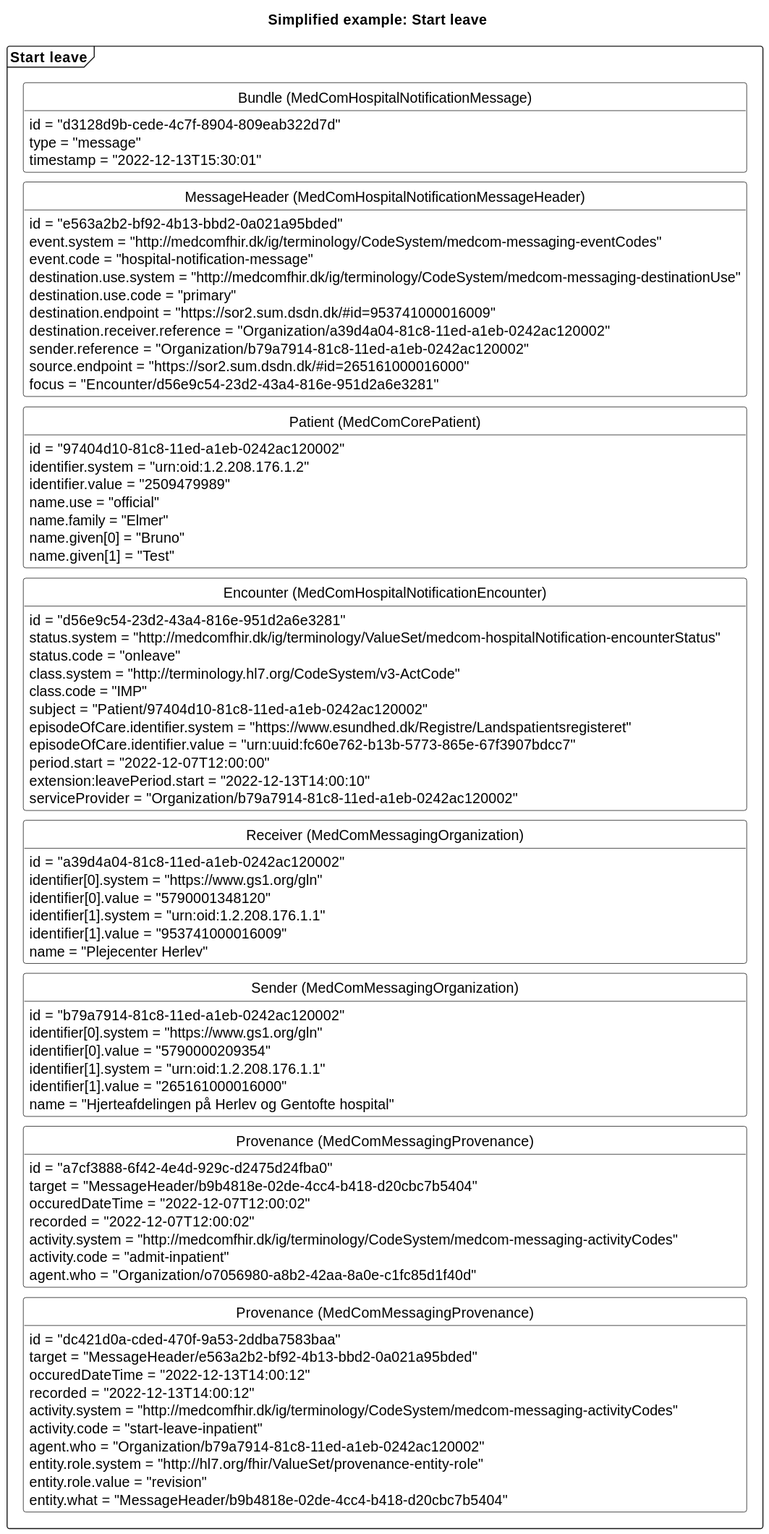
Before: input/images/hospitalnotification/HNstartOnleave.svg, a diagram exported from PlantUML (medcomdk/dk-medcom-hospitalnotification). Source of this version:
```plantuml
@startuml HNstartOnleave
skinparam class {
    BackgroundColor White
    BorderColor Black
    ArrowColor Black
  }
hide circle
hide empty members
skinparam SameClassWidth true
skinparam Ranksep 10


title Simplified example: Start leave


package "Start leave" as startOnleave <<Frame>> {
    class "Bundle (MedComHospitalNotificationMessage)" as startOnleaveB{
        id = "d3128d9b-cede-4c7f-8904-809eab322d7d"
        type = "message"
        timestamp = "2022-12-13T15:30:01"
    }
    class "MessageHeader (MedComHospitalNotificationMessageHeader)" as startOnleaveMH{
        id = "e563a2b2-bf92-4b13-bbd2-0a021a95bded"
        event.system = "http://medcomfhir.dk/ig/terminology/CodeSystem/medcom-messaging-eventCodes"
        event.code = "hospital-notification-message"
        destination.use.system = "http://medcomfhir.dk/ig/terminology/CodeSystem/medcom-messaging-destinationUse"
        destination.use.code = "primary"
        destination.endpoint = "https://sor2.sum.dsdn.dk/#id=953741000016009"
        destination.receiver.reference = "Organization/a39d4a04-81c8-11ed-a1eb-0242ac120002"
        sender.reference = "Organization/b79a7914-81c8-11ed-a1eb-0242ac120002"
        source.endpoint = "https://sor2.sum.dsdn.dk/#id=265161000016000"
        focus = "Encounter/d56e9c54-23d2-43a4-816e-951d2a6e3281"
    }
    class "Patient (MedComCorePatient)" as startOnleavePT{
        id = "97404d10-81c8-11ed-a1eb-0242ac120002"
        identifier.system = "urn:oid:1.2.208.176.1.2"
        identifier.value = "2509479989"
        name.use = "official"
        name.family = "Elmer"
        name.given[0] = "Bruno"
        name.given[1] = "Test"
    }
    class "Encounter (MedComHospitalNotificationEncounter)" as startOnleaveENC{
        id = "d56e9c54-23d2-43a4-816e-951d2a6e3281"
        status.system = "http://medcomfhir.dk/ig/terminology/ValueSet/medcom-hospitalNotification-encounterStatus"
        status.code = "onleave"
        class.system = "http://terminology.hl7.org/CodeSystem/v3-ActCode"
        class.code = "IMP"
        subject = "Patient/97404d10-81c8-11ed-a1eb-0242ac120002"
        episodeOfCare.identifier.system = "https://www.esundhed.dk/Registre/Landspatientsregisteret"
        episodeOfCare.identifier.value = "urn:uuid:fc60e762-b13b-5773-865e-67f3907bdcc7"
        period.start = "2022-12-07T12:00:00"
        extension:leavePeriod.start = "2022-12-13T14:00:10"
        serviceProvider = "Organization/b79a7914-81c8-11ed-a1eb-0242ac120002"
    }
    class "Receiver (MedComMessagingOrganization)" as startOnleaveROrg{
        id = "a39d4a04-81c8-11ed-a1eb-0242ac120002"
        identifier[0].system = "https://www.gs1.org/gln"
        identifier[0].value = "5790001348120"
        identifier[1].system = "urn:oid:1.2.208.176.1.1"
        identifier[1].value = "953741000016009"
        name = "Plejecenter Herlev"
    }
    class "Sender (MedComMessagingOrganization)" as startOnleaveSOrg{
        id = "b79a7914-81c8-11ed-a1eb-0242ac120002"
        identifier[0].system = "https://www.gs1.org/gln"
        identifier[0].value = "5790000209354"
        identifier[1].system = "urn:oid:1.2.208.176.1.1"
        identifier[1].value = "265161000016000"
        name = "Hjerteafdelingen på Herlev og Gentofte hospital"
    }
    class "Provenance  (MedComMessagingProvenance)" as admitPRO{
        id = "a7cf3888-6f42-4e4d-929c-d2475d24fba0"
        target = "MessageHeader/b9b4818e-02de-4cc4-b418-d20cbc7b5404"
        occuredDateTime = "2022-12-07T12:00:02"
        recorded = "2022-12-07T12:00:02"
        activity.system = "http://medcomfhir.dk/ig/terminology/CodeSystem/medcom-messaging-activityCodes"
        activity.code = "admit-inpatient"
        agent.who = "Organization/o7056980-a8b2-42aa-8a0e-c1fc85d1f40d"
    }
    class "Provenance  (MedComMessagingProvenance)" as startOnleavePRO{
        id = "dc421d0a-cded-470f-9a53-2ddba7583baa"
        target = "MessageHeader/e563a2b2-bf92-4b13-bbd2-0a021a95bded"
        occuredDateTime = "2022-12-13T14:00:12"
        recorded = "2022-12-13T14:00:12"
        activity.system = "http://medcomfhir.dk/ig/terminology/CodeSystem/medcom-messaging-activityCodes"
        activity.code = "start-leave-inpatient"
        agent.who = "Organization/b79a7914-81c8-11ed-a1eb-0242ac120002"
        entity.role.system = "http://hl7.org/fhir/ValueSet/provenance-entity-role"
        entity.role.value = "revision"
        entity.what = "MessageHeader/b9b4818e-02de-4cc4-b418-d20cbc7b5404"
    }
startOnleaveB -[hidden]- startOnleaveMH
startOnleaveMH-[hidden]-startOnleavePT
startOnleavePT-[hidden]-startOnleaveENC
startOnleaveENC-[hidden]-startOnleaveROrg
startOnleaveROrg-[hidden]-startOnleaveSOrg
startOnleaveSOrg-[hidden]-admitPRO
admitPRO-[hidden]-startOnleavePRO

}



@enduml
```
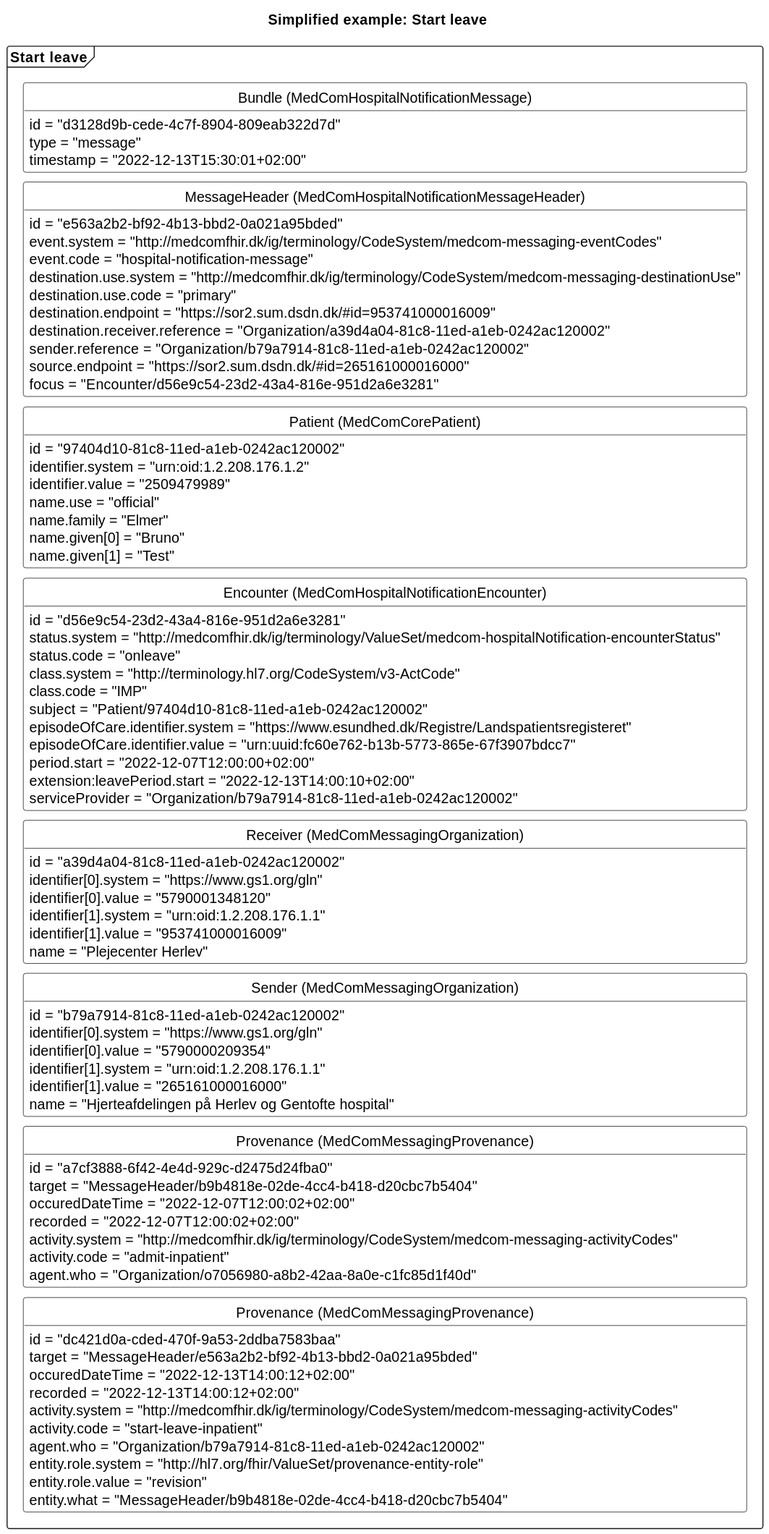
After the change.

Change to the diagram source:
```diff
@@ -17,7 +17,7 @@
     class "Bundle (MedComHospitalNotificationMessage)" as startOnleaveB{
         id = "d3128d9b-cede-4c7f-8904-809eab322d7d"
         type = "message"
-        timestamp = "2022-12-13T15:30:01"
+        timestamp = "2022-12-13T15:30:01+02:00"
     }
     class "MessageHeader (MedComHospitalNotificationMessageHeader)" as startOnleaveMH{
         id = "e563a2b2-bf92-4b13-bbd2-0a021a95bded"
@@ -49,8 +49,8 @@
         subject = "Patient/97404d10-81c8-11ed-a1eb-0242ac120002"
         episodeOfCare.identifier.system = "https://www.esundhed.dk/Registre/Landspatientsregisteret"
         episodeOfCare.identifier.value = "urn:uuid:fc60e762-b13b-5773-865e-67f3907bdcc7"
-        period.start = "2022-12-07T12:00:00"
-        extension:leavePeriod.start = "2022-12-13T14:00:10"
+        period.start = "2022-12-07T12:00:00+02:00"
+        extension:leavePeriod.start = "2022-12-13T14:00:10+02:00"
         serviceProvider = "Organization/b79a7914-81c8-11ed-a1eb-0242ac120002"
     }
     class "Receiver (MedComMessagingOrganization)" as startOnleaveROrg{
@@ -72,8 +72,8 @@
     class "Provenance  (MedComMessagingProvenance)" as admitPRO{
         id = "a7cf3888-6f42-4e4d-929c-d2475d24fba0"
         target = "MessageHeader/b9b4818e-02de-4cc4-b418-d20cbc7b5404"
-        occuredDateTime = "2022-12-07T12:00:02"
-        recorded = "2022-12-07T12:00:02"
+        occuredDateTime = "2022-12-07T12:00:02+02:00"
+        recorded = "2022-12-07T12:00:02+02:00"
         activity.system = "http://medcomfhir.dk/ig/terminology/CodeSystem/medcom-messaging-activityCodes"
         activity.code = "admit-inpatient"
         agent.who = "Organization/o7056980-a8b2-42aa-8a0e-c1fc85d1f40d"
@@ -81,8 +81,8 @@
     class "Provenance  (MedComMessagingProvenance)" as startOnleavePRO{
         id = "dc421d0a-cded-470f-9a53-2ddba7583baa"
         target = "MessageHeader/e563a2b2-bf92-4b13-bbd2-0a021a95bded"
-        occuredDateTime = "2022-12-13T14:00:12"
-        recorded = "2022-12-13T14:00:12"
+        occuredDateTime = "2022-12-13T14:00:12+02:00"
+        recorded = "2022-12-13T14:00:12+02:00"
         activity.system = "http://medcomfhir.dk/ig/terminology/CodeSystem/medcom-messaging-activityCodes"
         activity.code = "start-leave-inpatient"
         agent.who = "Organization/b79a7914-81c8-11ed-a1eb-0242ac120002"
```
